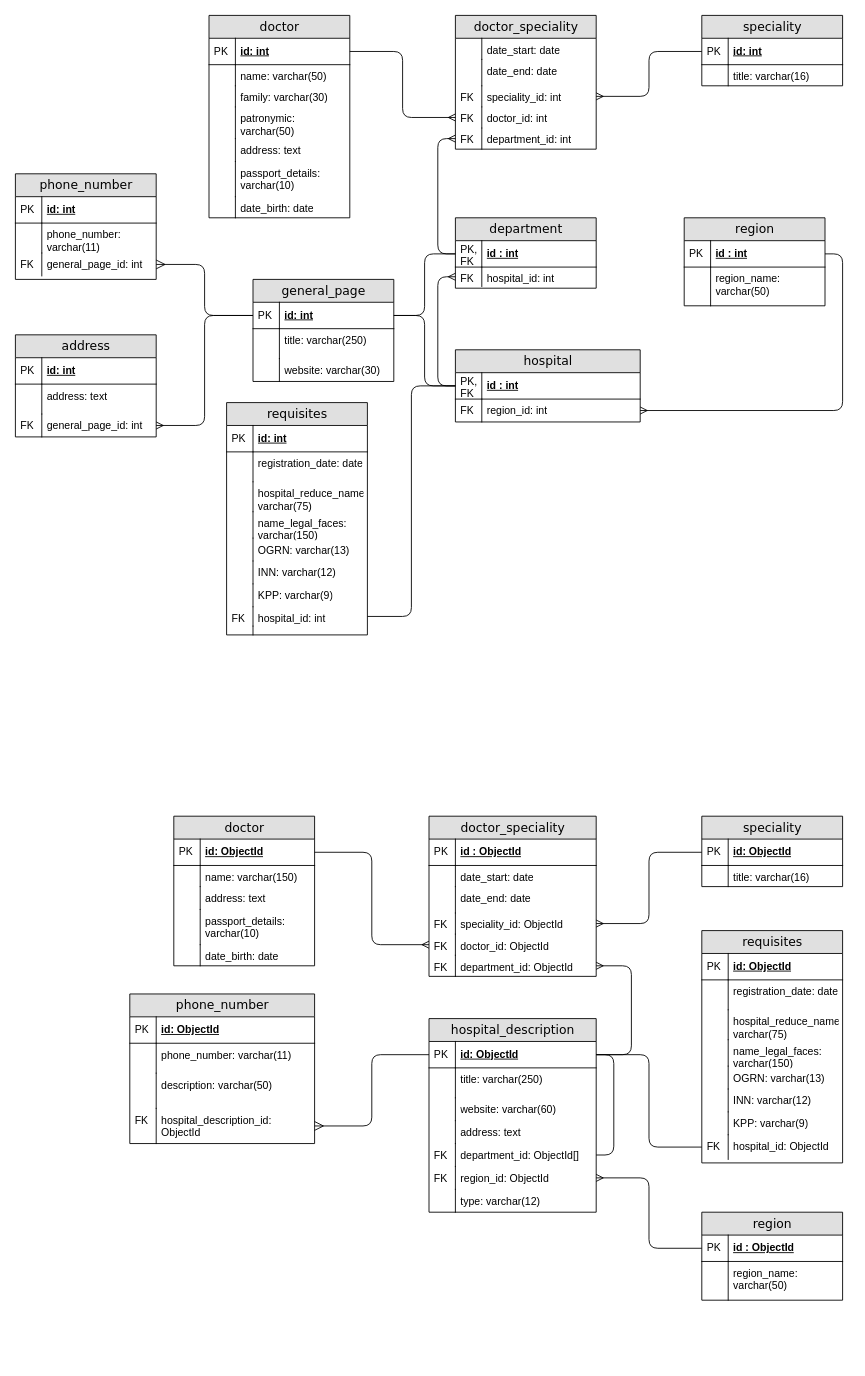
Before: 2_Lab_MongoDb/0_lab_process_1_1.drawio in Mirosh757/studMirosh, a draw.io diagram. Source tidied: cells renumbered, new cells numbered last; positions are measured from the earlier drawing's top-left corner, leaving out a move shared by most shapes. Both pictures are drawn from the tidied source at 88%, with x=0, y=0 at pixel (15, 15).
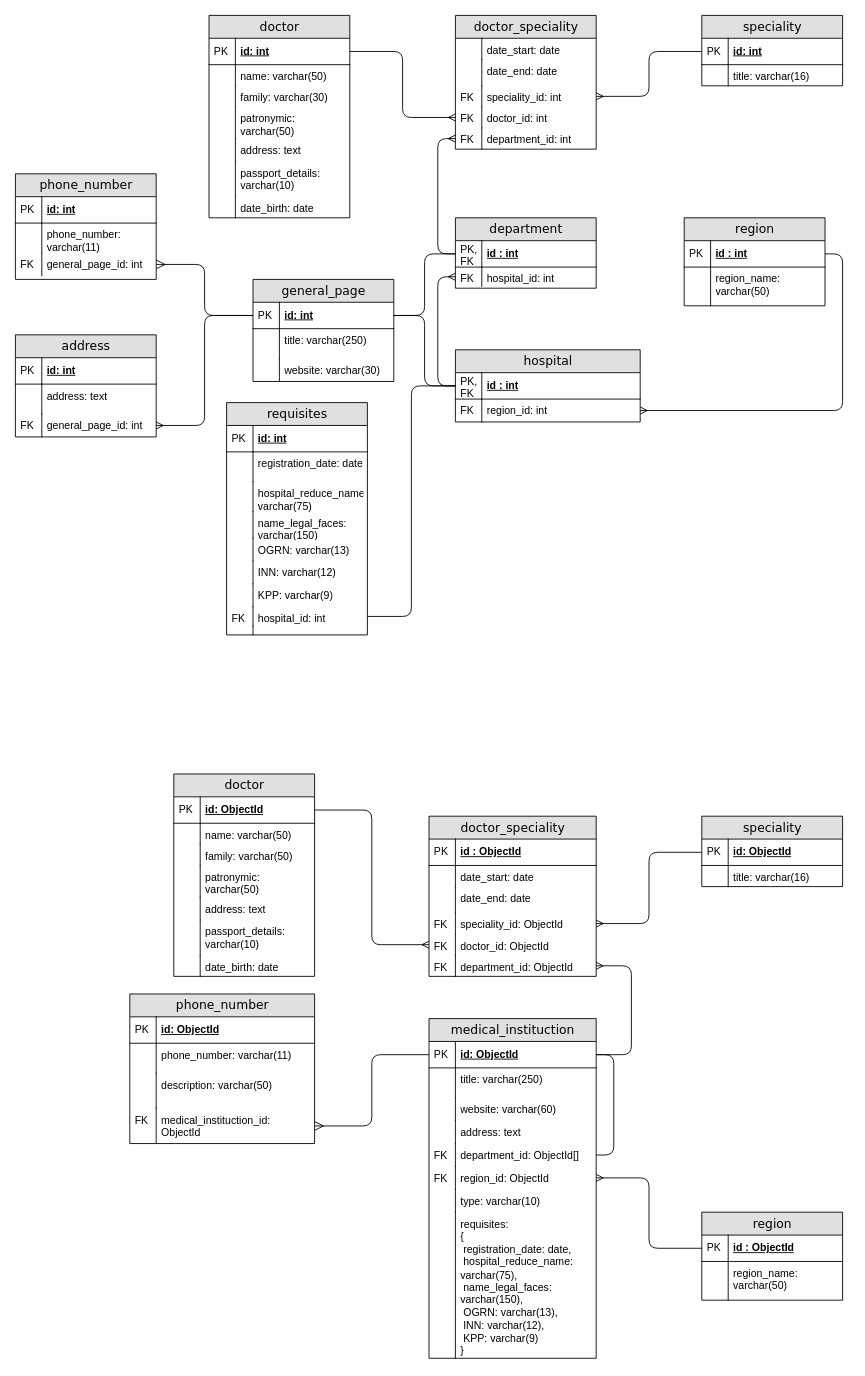
The same diagram, later.

Unchanged cells that the change refers to:
```xml
<mxCell id="134" value="phone_number" style="swimlane;html=1;fontStyle=0;horizontal=1;startSize=26;fillColor=#e0e0e0;swimlaneFillColor=#ffffff;align=center;rounded=0;shadow=0;comic=0;labelBackgroundColor=none;strokeWidth=1;fontFamily=Verdana;fontSize=14;" parent="1" vertex="1">
  <mxGeometry x="130" y="1112" width="210" height="170" as="geometry" />
</mxCell>
<mxCell id="161" value="id: ObjectId" style="shape=partialRectangle;top=0;left=0;right=0;bottom=1;html=1;align=left;verticalAlign=middle;fillColor=none;spacingLeft=34;spacingRight=4;whiteSpace=wrap;overflow=hidden;points=[[0,0.5],[1,0.5]];portConstraint=eastwest;fontStyle=5;" parent="160" vertex="1">
  <mxGeometry y="26" width="190" height="30" as="geometry" />
</mxCell>
```

Diff of the diagram source:
```diff
@@
     <mxCell id="98" value="doctor" style="swimlane;html=1;fontStyle=0;horizontal=1;startSize=26;fillColor=#e0e0e0;swimlaneFillColor=#ffffff;align=center;rounded=0;shadow=0;comic=0;labelBackgroundColor=none;strokeWidth=1;fontFamily=Verdana;fontSize=14;" parent="1" vertex="1">
-      <mxGeometry x="180" y="910" width="160" height="170" as="geometry" />
+      <mxGeometry x="180" y="862" width="160" height="230" as="geometry" />
     </mxCell>
@@
-    <mxCell id="101" value="name: varchar(150)" style="shape=partialRectangle;top=0;left=0;right=0;bottom=0;html=1;align=left;verticalAlign=top;fillColor=none;spacingLeft=34;spacingRight=4;whiteSpace=wrap;overflow=hidden;" parent="98" vertex="1">
+    <mxCell id="101" value="name: varchar(50)" style="shape=partialRectangle;top=0;left=0;right=0;bottom=0;html=1;align=left;verticalAlign=top;fillColor=none;spacingLeft=34;spacingRight=4;whiteSpace=wrap;overflow=hidden;" parent="98" vertex="1">
       <mxGeometry y="56" width="160" height="24" as="geometry" />
     </mxCell>
@@
+    <mxCell id="180" value="family: varchar(50)" style="shape=partialRectangle;top=0;left=0;right=0;bottom=0;html=1;align=left;verticalAlign=top;fillColor=none;spacingLeft=34;spacingRight=4;whiteSpace=wrap;overflow=hidden;" parent="98" vertex="1">
+      <mxGeometry y="80" width="160" height="24" as="geometry" />
+    </mxCell>
+    <mxCell id="181" style="shape=partialRectangle;top=0;left=0;bottom=0;html=1;fillColor=none;align=left;verticalAlign=top;spacingLeft=4;spacingRight=4;whiteSpace=wrap;overflow=hidden;" parent="180" vertex="1">
+      <mxGeometry width="30" height="24" as="geometry" />
+    </mxCell>
+    <mxCell id="182" value="patronymic: varchar(50)" style="shape=partialRectangle;top=0;left=0;right=0;bottom=0;html=1;align=left;verticalAlign=top;fillColor=none;spacingLeft=34;spacingRight=4;whiteSpace=wrap;overflow=hidden;" parent="98" vertex="1">
+      <mxGeometry y="104" width="160" height="36" as="geometry" />
+    </mxCell>
+    <mxCell id="183" style="shape=partialRectangle;top=0;left=0;bottom=0;html=1;fillColor=none;align=left;verticalAlign=top;spacingLeft=4;spacingRight=4;whiteSpace=wrap;overflow=hidden;" parent="182" vertex="1">
+      <mxGeometry width="30" height="36" as="geometry" />
+    </mxCell>
     <mxCell id="103" value="address: text" style="shape=partialRectangle;top=0;left=0;right=0;bottom=0;html=1;align=left;verticalAlign=top;fillColor=none;spacingLeft=34;spacingRight=4;whiteSpace=wrap;overflow=hidden;" parent="98" vertex="1">
-      <mxGeometry y="80" width="160" height="26" as="geometry" />
+      <mxGeometry y="140" width="160" height="26" as="geometry" />
     </mxCell>
@@
     <mxCell id="105" value="passport_details: varchar(10)" style="shape=partialRectangle;top=0;left=0;right=0;bottom=0;html=1;align=left;verticalAlign=top;fillColor=none;spacingLeft=34;spacingRight=4;whiteSpace=wrap;overflow=hidden;" parent="98" vertex="1">
-      <mxGeometry y="106" width="160" height="40" as="geometry" />
+      <mxGeometry y="166" width="160" height="40" as="geometry" />
     </mxCell>
@@
     <mxCell id="107" value="date_birth: date" style="shape=partialRectangle;top=0;left=0;right=0;bottom=0;html=1;align=left;verticalAlign=top;fillColor=none;spacingLeft=34;spacingRight=4;whiteSpace=wrap;overflow=hidden;" parent="98" vertex="1">
-      <mxGeometry y="146" width="160" height="24" as="geometry" />
+      <mxGeometry y="206" width="160" height="24" as="geometry" />
     </mxCell>
@@
-    <mxCell id="141" value="hospital_description_id: ObjectId" style="shape=partialRectangle;top=0;left=0;right=0;bottom=0;html=1;align=left;verticalAlign=top;fillColor=none;spacingLeft=34;spacingRight=4;whiteSpace=wrap;overflow=hidden;points=[[0,0.5],[1,0.5]];portConstraint=eastwest;" parent="134" vertex="1">
+    <mxCell id="141" value="medical_instituction_id: ObjectId" style="shape=partialRectangle;top=0;left=0;right=0;bottom=0;html=1;align=left;verticalAlign=top;fillColor=none;spacingLeft=34;spacingRight=4;whiteSpace=wrap;overflow=hidden;points=[[0,0.5],[1,0.5]];portConstraint=eastwest;" parent="134" vertex="1">
       <mxGeometry y="130" width="210" height="40" as="geometry" />
     </mxCell>
@@
-    <mxCell id="143" value="requisites" style="swimlane;html=1;fontStyle=0;horizontal=1;startSize=26;fillColor=#e0e0e0;swimlaneFillColor=#ffffff;align=center;rounded=0;shadow=0;comic=0;labelBackgroundColor=none;strokeWidth=1;fontFamily=Verdana;fontSize=14;" parent="1" vertex="1">
-      <mxGeometry x="780" y="1040" width="160" height="264" as="geometry" />
-    </mxCell>
-    <mxCell id="144" value="id: ObjectId" style="shape=partialRectangle;top=0;left=0;right=0;bottom=1;html=1;align=left;verticalAlign=middle;fillColor=none;spacingLeft=34;spacingRight=4;whiteSpace=wrap;overflow=hidden;fontStyle=5;" parent="143" vertex="1">
-      <mxGeometry y="26" width="160" height="30" as="geometry" />
-    </mxCell>
-    <mxCell id="145" value="PK" style="shape=partialRectangle;top=0;left=0;bottom=0;html=1;fillColor=none;align=left;verticalAlign=middle;spacingLeft=4;spacingRight=4;whiteSpace=wrap;overflow=hidden;" parent="144" vertex="1">
-      <mxGeometry width="30" height="30" as="geometry" />
-    </mxCell>
-    <mxCell id="146" value="registration_date: date" style="shape=partialRectangle;top=0;left=0;right=0;bottom=0;html=1;align=left;verticalAlign=top;fillColor=none;spacingLeft=34;spacingRight=4;whiteSpace=wrap;overflow=hidden;" parent="143" vertex="1">
-      <mxGeometry y="56" width="160" height="34" as="geometry" />
-    </mxCell>
-    <mxCell id="147" style="shape=partialRectangle;top=0;left=0;bottom=0;html=1;fillColor=none;align=left;verticalAlign=top;spacingLeft=4;spacingRight=4;whiteSpace=wrap;overflow=hidden;" parent="146" vertex="1">
-      <mxGeometry width="30" height="34" as="geometry" />
-    </mxCell>
-    <mxCell id="148" value="hospital_reduce_name: varchar(75)" style="shape=partialRectangle;top=0;left=0;right=0;bottom=0;html=1;align=left;verticalAlign=top;fillColor=none;spacingLeft=34;spacingRight=4;whiteSpace=wrap;overflow=hidden;" parent="143" vertex="1">
-      <mxGeometry y="90" width="160" height="34" as="geometry" />
-    </mxCell>
-    <mxCell id="149" style="shape=partialRectangle;top=0;left=0;bottom=0;html=1;fillColor=none;align=left;verticalAlign=top;spacingLeft=4;spacingRight=4;whiteSpace=wrap;overflow=hidden;" parent="148" vertex="1">
-      <mxGeometry width="30" height="34" as="geometry" />
-    </mxCell>
-    <mxCell id="150" value="name_legal_faces: varchar(150)" style="shape=partialRectangle;top=0;left=0;right=0;bottom=0;html=1;align=left;verticalAlign=top;fillColor=none;spacingLeft=34;spacingRight=4;whiteSpace=wrap;overflow=hidden;" parent="143" vertex="1">
-      <mxGeometry y="124" width="160" height="30" as="geometry" />
-    </mxCell>
-    <mxCell id="151" style="shape=partialRectangle;top=0;left=0;bottom=0;html=1;fillColor=none;align=left;verticalAlign=top;spacingLeft=4;spacingRight=4;whiteSpace=wrap;overflow=hidden;" parent="150" vertex="1">
-      <mxGeometry width="30" height="30" as="geometry" />
-    </mxCell>
-    <mxCell id="152" value="OGRN: varchar(13)" style="shape=partialRectangle;top=0;left=0;right=0;bottom=0;html=1;align=left;verticalAlign=top;fillColor=none;spacingLeft=34;spacingRight=4;whiteSpace=wrap;overflow=hidden;" parent="143" vertex="1">
-      <mxGeometry y="154" width="160" height="26" as="geometry" />
-    </mxCell>
-    <mxCell id="153" style="shape=partialRectangle;top=0;left=0;bottom=0;html=1;fillColor=none;align=left;verticalAlign=top;spacingLeft=4;spacingRight=4;whiteSpace=wrap;overflow=hidden;" parent="152" vertex="1">
-      <mxGeometry width="30" height="26" as="geometry" />
-    </mxCell>
-    <mxCell id="154" value="INN: varchar(12)" style="shape=partialRectangle;top=0;left=0;right=0;bottom=0;html=1;align=left;verticalAlign=top;fillColor=none;spacingLeft=34;spacingRight=4;whiteSpace=wrap;overflow=hidden;" parent="143" vertex="1">
-      <mxGeometry y="180" width="160" height="26" as="geometry" />
-    </mxCell>
-    <mxCell id="155" style="shape=partialRectangle;top=0;left=0;bottom=0;html=1;fillColor=none;align=left;verticalAlign=top;spacingLeft=4;spacingRight=4;whiteSpace=wrap;overflow=hidden;" parent="154" vertex="1">
-      <mxGeometry width="30" height="26" as="geometry" />
-    </mxCell>
-    <mxCell id="156" value="KPP: varchar(9)" style="shape=partialRectangle;top=0;left=0;right=0;bottom=0;html=1;align=left;verticalAlign=top;fillColor=none;spacingLeft=34;spacingRight=4;whiteSpace=wrap;overflow=hidden;" parent="143" vertex="1">
-      <mxGeometry y="206" width="160" height="26" as="geometry" />
-    </mxCell>
-    <mxCell id="157" style="shape=partialRectangle;top=0;left=0;bottom=0;html=1;fillColor=none;align=left;verticalAlign=top;spacingLeft=4;spacingRight=4;whiteSpace=wrap;overflow=hidden;" parent="156" vertex="1">
-      <mxGeometry width="30" height="26" as="geometry" />
-    </mxCell>
-    <mxCell id="158" value="hospital_id: ObjectId" style="shape=partialRectangle;top=0;left=0;right=0;bottom=0;html=1;align=left;verticalAlign=top;fillColor=none;spacingLeft=34;spacingRight=4;whiteSpace=wrap;overflow=hidden;points=[[0,0.5],[1,0.5]];portConstraint=eastwest;" parent="143" vertex="1">
-      <mxGeometry y="232" width="160" height="28" as="geometry" />
-    </mxCell>
-    <mxCell id="159" value="FK" style="shape=partialRectangle;top=0;left=0;bottom=0;html=1;fillColor=none;align=left;verticalAlign=top;spacingLeft=4;spacingRight=4;whiteSpace=wrap;overflow=hidden;" parent="158" vertex="1">
-      <mxGeometry width="30" height="28" as="geometry" />
-    </mxCell>
-    <mxCell id="160" value="hospital_description" style="swimlane;html=1;fontStyle=0;horizontal=1;startSize=26;fillColor=#e0e0e0;swimlaneFillColor=#ffffff;align=center;rounded=0;shadow=0;comic=0;labelBackgroundColor=none;strokeWidth=1;fontFamily=Verdana;fontSize=14;" parent="1" vertex="1">
-      <mxGeometry x="470" y="1140" width="190" height="220" as="geometry" />
+    <mxCell id="160" value="medical_instituction" style="swimlane;html=1;fontStyle=0;horizontal=1;startSize=26;fillColor=#e0e0e0;swimlaneFillColor=#ffffff;align=center;rounded=0;shadow=0;comic=0;labelBackgroundColor=none;strokeWidth=1;fontFamily=Verdana;fontSize=14;" parent="1" vertex="1">
+      <mxGeometry x="470" y="1140" width="190" height="386" as="geometry" />
     </mxCell>
@@
+    <mxCell id="184" value="type: varchar(10)" style="shape=partialRectangle;top=0;left=0;right=0;bottom=0;html=1;align=left;verticalAlign=top;fillColor=none;spacingLeft=34;spacingRight=4;whiteSpace=wrap;overflow=hidden;" parent="160" vertex="1">
+      <mxGeometry y="194" width="190" height="26" as="geometry" />
+    </mxCell>
+    <mxCell id="185" style="shape=partialRectangle;top=0;left=0;bottom=0;html=1;fillColor=none;align=left;verticalAlign=top;spacingLeft=4;spacingRight=4;whiteSpace=wrap;overflow=hidden;" parent="184" vertex="1">
+      <mxGeometry width="30" height="26" as="geometry" />
+    </mxCell>
-    <mxCell id="174" value="type: varchar(12)" style="shape=partialRectangle;top=0;left=0;right=0;bottom=0;html=1;align=left;verticalAlign=top;fillColor=none;spacingLeft=34;spacingRight=4;whiteSpace=wrap;overflow=hidden;" parent="160" vertex="1">
-      <mxGeometry y="194" width="190" height="26" as="geometry" />
+    <mxCell id="174" value="requisites:&amp;nbsp;&lt;div&gt;{&lt;div&gt;&amp;nbsp;registration_date: date,&lt;br&gt;&lt;/div&gt;&lt;div&gt;&amp;nbsp;hospital_reduce_name: varchar(75),&lt;/div&gt;&lt;div&gt;&amp;nbsp;name_legal_faces: varchar(150),&lt;/div&gt;&lt;div&gt;&amp;nbsp;OGRN: varchar(13),&lt;/div&gt;&lt;div&gt;&amp;nbsp;INN: varchar(12),&lt;/div&gt;&lt;div&gt;&amp;nbsp;KPP: varchar(9)&lt;/div&gt;&lt;div&gt;}&lt;/div&gt;&lt;/div&gt;" style="shape=partialRectangle;top=0;left=0;right=0;bottom=0;html=1;align=left;verticalAlign=top;fillColor=none;spacingLeft=34;spacingRight=4;whiteSpace=wrap;overflow=hidden;" parent="160" vertex="1">
+      <mxGeometry y="220" width="190" height="166" as="geometry" />
     </mxCell>
     <mxCell id="175" style="shape=partialRectangle;top=0;left=0;bottom=0;html=1;fillColor=none;align=left;verticalAlign=top;spacingLeft=4;spacingRight=4;whiteSpace=wrap;overflow=hidden;" parent="174" vertex="1">
-      <mxGeometry width="30" height="26" as="geometry" />
+      <mxGeometry width="30" height="166" as="geometry" />
     </mxCell>
@@
-    <mxCell id="177" style="edgeStyle=orthogonalEdgeStyle;rounded=1;jettySize=auto;html=1;exitX=0;exitY=0.5;exitDx=0;exitDy=0;entryX=1;entryY=0.5;entryDx=0;entryDy=0;curved=0;endArrow=none;startFill=0;" parent="1" edge="1" source="158" target="161">
-      <mxGeometry relative="1" as="geometry" />
-    </mxCell>
```
